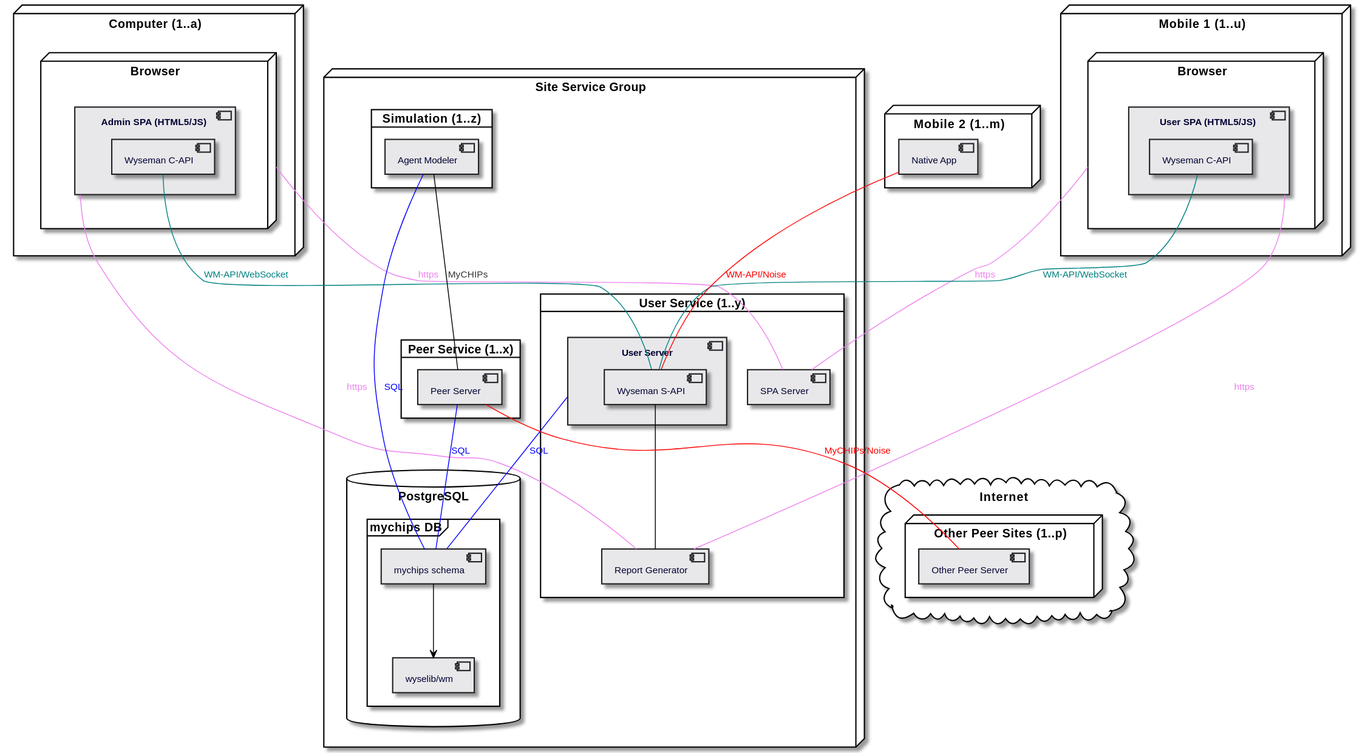
Before: doc/uml/scaling.svg, a diagram exported from PlantUML (gotchoices/MyCHIPs). The source it was exported from:
```plantuml
@startuml
!include common.puml

node mobile1 as "Mobile 1 (1..u)" {
  node browser1 as "Browser" {
    component spa1 as "User SPA (HTML5/JS) " {
      component wysemanC1 as "Wyseman C-API"
    }
  }
}

node computer3 as "Computer (1..a)" {
  node browser3 as "Browser" {
    component spa3 as "Admin SPA (HTML5/JS) " {
      component wysemanC3 as "Wyseman C-API"
    }
  }
}

node mobile2 as "Mobile 2 (1..m)" {
  component app2 as "Native App"
}

cloud cloud1 as "Internet" {
  node peernodes as "Other Peer Sites (1..p)" {
    component peers as "Other Peer Server"
  }
}

node site1 as "Site Service Group" {

  card userv1 as "User Service (1..y)" {
    component userserv1 as "User Server" {
      component wysemanS1 as "Wyseman S-API"
    }
    component spaserv1 as "SPA Server"
    component report1 as "Report Generator"
  }

  database pgsql as "PostgreSQL" {
    frame "mychips DB" {
      component mychips as "mychips schema"
      component base as "wyselib/wm"
      mychips --> base
    }
  }

  card pserv1 as "Peer Service (1..x)" {
    component peerserv1 as "Peer Server"
  }

  card sim1 as "Simulation (1..z)" {
    component agent1 as "Agent Modeler"
  }
}

browser1 -- spaserv1 #violet;text:violet : https
spa1 -- report1 #violet;text:violet : https
browser3 -- spaserv1 #violet;text:violet : https
spa3 -- report1 #violet;text:violet : https
wysemanC1 -- wysemanS1 #teal;text:teal : WM-API/WebSocket
wysemanC3 -- wysemanS1 #teal;text:teal : WM-API/WebSocket
wysemanS1 -- report1
app2 -- wysemanS1 #red;text:red : WM-API/Noise

userserv1 -- mychips #blue;text:blue : SQL
peerserv1 -- mychips #blue;text:blue : SQL
peerserv1 -- peers #red;text:red : MyCHIPs/Noise
agent1 -- mychips #blue;text:blue : SQL
agent1 -- peerserv1 : MyCHIPs


@enduml
```
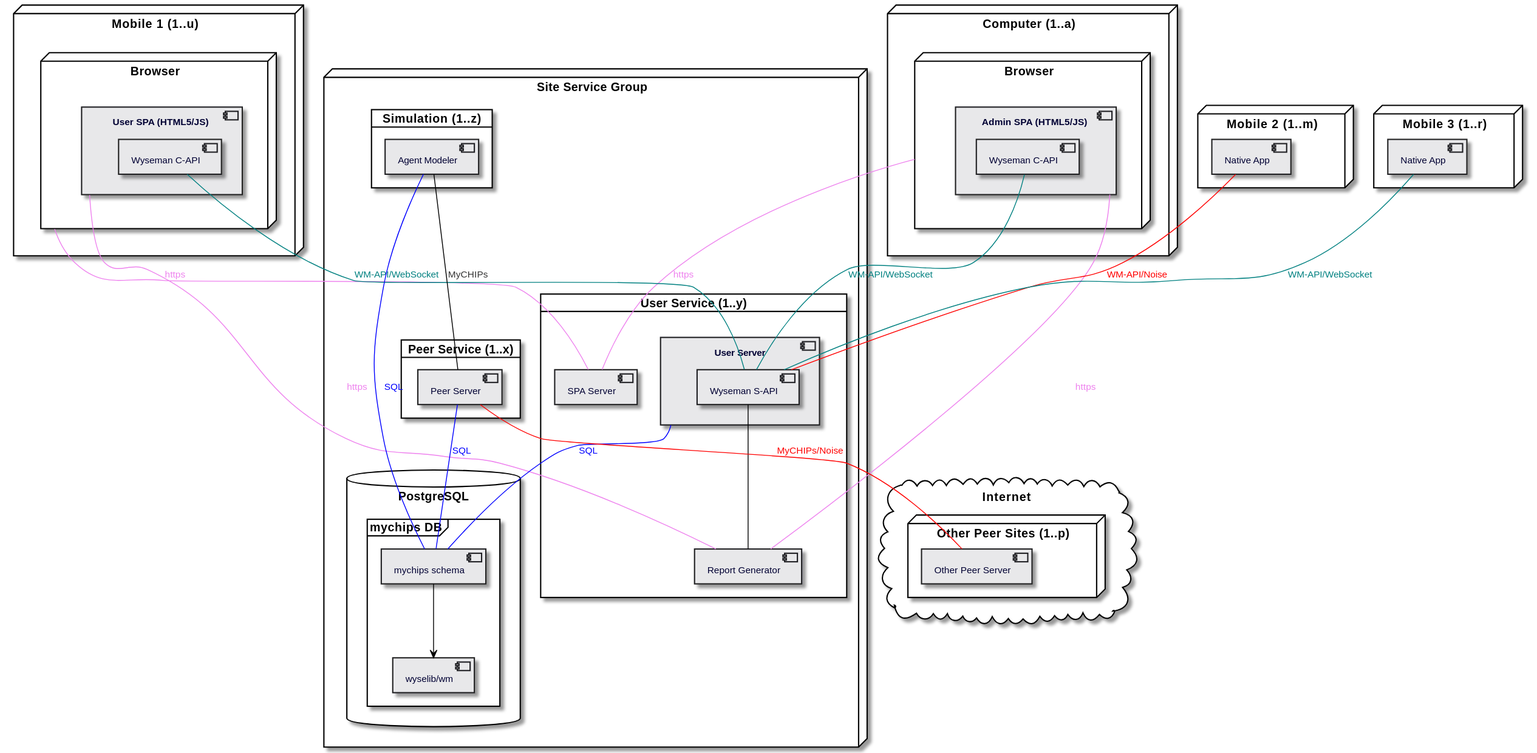
Above is the later version.

Change to the diagram source:
```diff
@@ -9,21 +9,19 @@
   }
 }
 
+node mobile2 as "Mobile 2 (1..m)" {
+  component app2 as "Native App"
+}
+
+node mobile3 as "Mobile 3 (1..r)" {
+  component app3 as "Native App"
+}
+
 node computer3 as "Computer (1..a)" {
   node browser3 as "Browser" {
     component spa3 as "Admin SPA (HTML5/JS) " {
       component wysemanC3 as "Wyseman C-API"
     }
-  }
-}
-
-node mobile2 as "Mobile 2 (1..m)" {
-  component app2 as "Native App"
-}
-
-cloud cloud1 as "Internet" {
-  node peernodes as "Other Peer Sites (1..p)" {
-    component peers as "Other Peer Server"
   }
 }
 
@@ -54,6 +52,12 @@
   }
 }
 
+cloud cloud1 as "Internet" {
+  node peernodes as "Other Peer Sites (1..p)" {
+    component peers as "Other Peer Server"
+  }
+}
+
 browser1 -- spaserv1 #violet;text:violet : https
 spa1 -- report1 #violet;text:violet : https
 browser3 -- spaserv1 #violet;text:violet : https
@@ -62,6 +66,7 @@
 wysemanC3 -- wysemanS1 #teal;text:teal : WM-API/WebSocket
 wysemanS1 -- report1
 app2 -- wysemanS1 #red;text:red : WM-API/Noise
+app3 -- wysemanS1 #teal;text:teal : WM-API/WebSocket
 
 userserv1 -- mychips #blue;text:blue : SQL
 peerserv1 -- mychips #blue;text:blue : SQL
```
